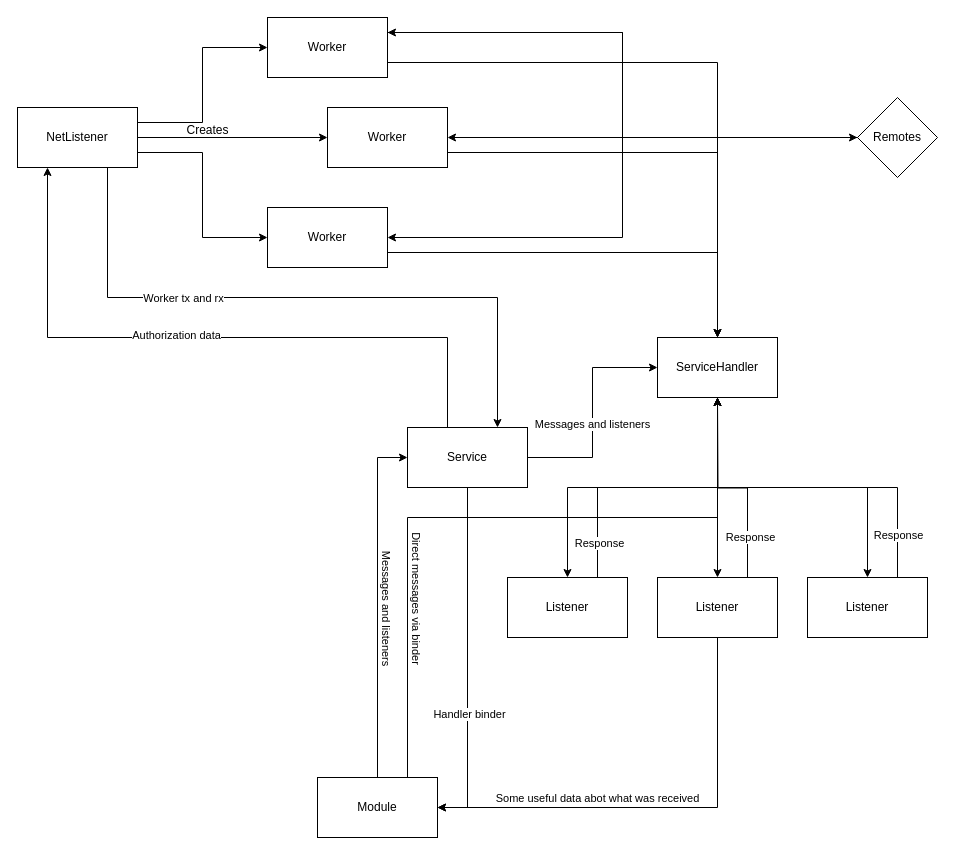
Earlier version of the draw.io diagram page "Transport architecture" (8 of 8) of doc/Architecture.drawio (MilkyWayCore/milkyway). Source tidied: cells renumbered, new cells numbered last; positions are measured from the earlier drawing's top-left corner, leaving out a move shared by most shapes. Both pictures are drawn from the tidied source at 100%, with x=0, y=0 at pixel (17, 17).
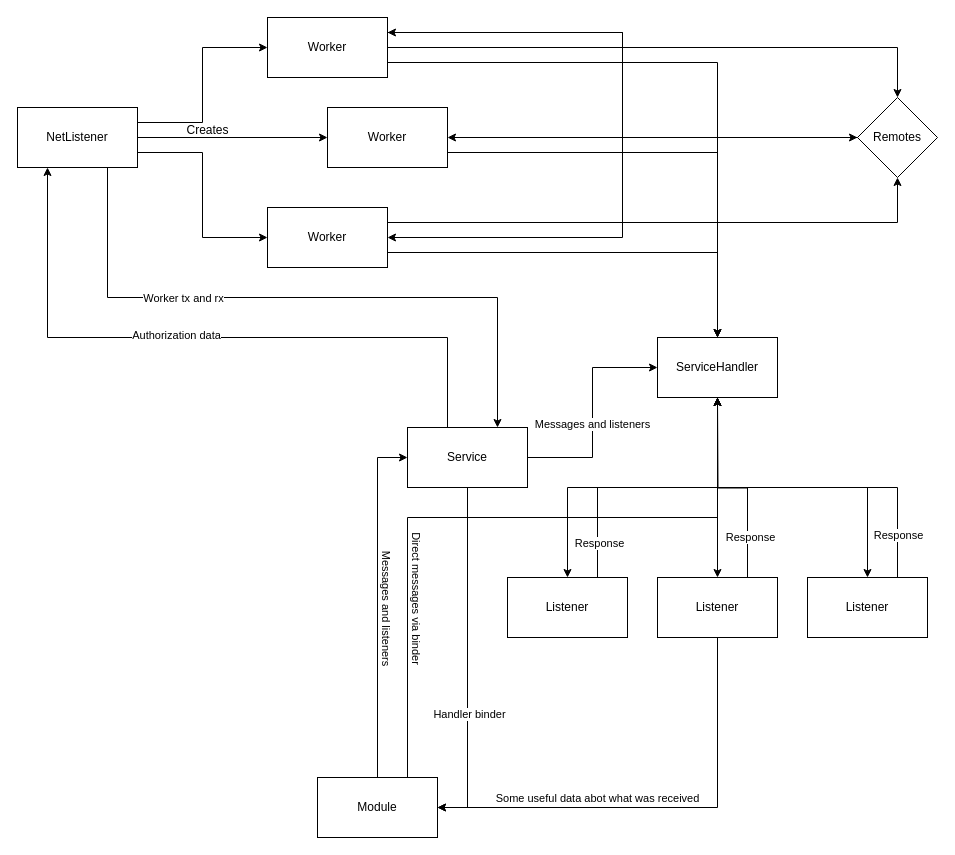
The same diagram, later.

The change refers to these unchanged cells:
```xml
<mxCell id="17" value="Worker" style="rounded=0;whiteSpace=wrap;html=1;" parent="1" vertex="1">
  <mxGeometry x="250" width="120" height="60" as="geometry" />
</mxCell>
<mxCell id="21" value="Worker" style="rounded=0;whiteSpace=wrap;html=1;" parent="1" vertex="1">
  <mxGeometry x="250" y="190" width="120" height="60" as="geometry" />
</mxCell>
<mxCell id="26" value="Remotes" style="rhombus;whiteSpace=wrap;html=1;" parent="1" vertex="1">
  <mxGeometry x="840" y="80" width="80" height="80" as="geometry" />
</mxCell>
```

What changed in the source:
```diff
@@
+    <mxCell id="47" style="edgeStyle=orthogonalEdgeStyle;rounded=0;jettySize=auto;html=1;exitX=1;exitY=0.5;exitDx=0;exitDy=0;entryX=0.5;entryY=0;entryDx=0;entryDy=0;" parent="1" edge="1" source="17" target="26">
+      <mxGeometry relative="1" as="geometry" />
+    </mxCell>
@@
+    <mxCell id="48" style="edgeStyle=orthogonalEdgeStyle;rounded=0;jettySize=auto;html=1;exitX=1;exitY=0.25;exitDx=0;exitDy=0;" parent="1" edge="1" source="21" target="26">
+      <mxGeometry relative="1" as="geometry" />
+    </mxCell>
```
